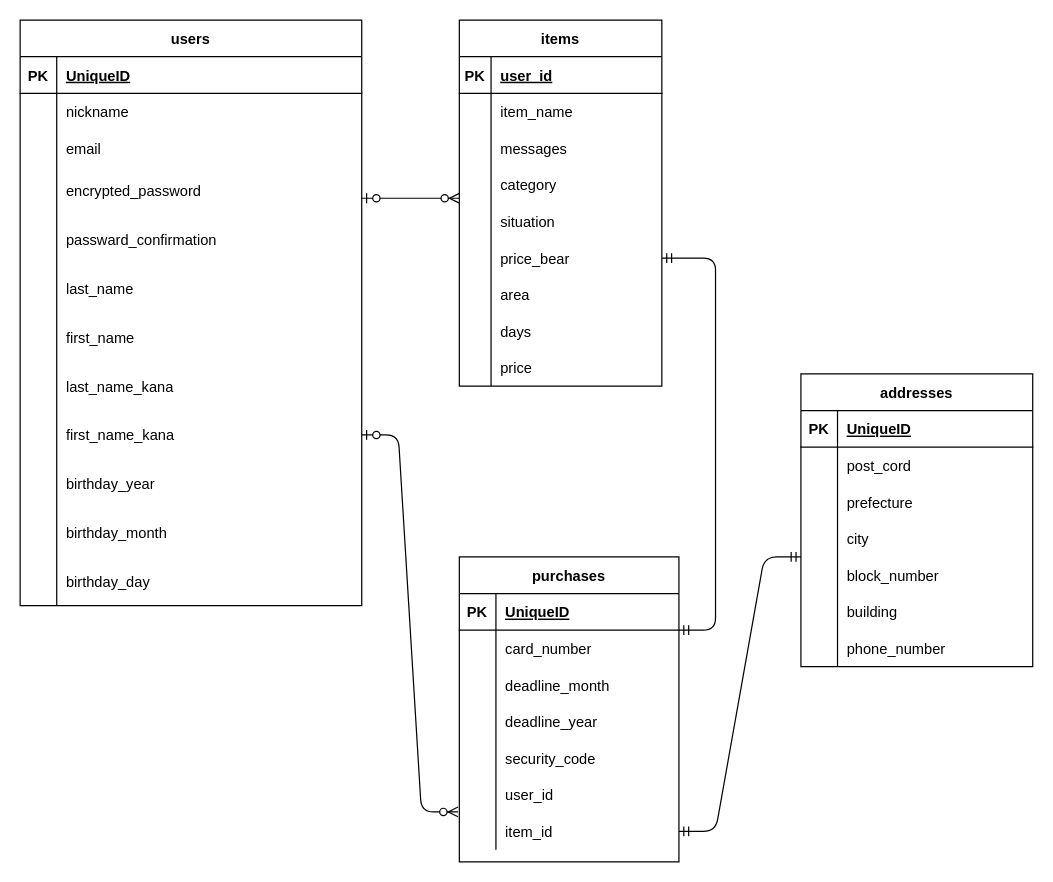
Before: page "ページ1" (1 of 2) of test.dio in misakiko/furima-38132, a draw.io diagram. Source tidied: cells renumbered, new cells numbered last; positions are measured from the earlier drawing's top-left corner, leaving out a move shared by most shapes. Both pictures are drawn from the tidied source at 122%, with x=0, y=0 at pixel (20, 20).
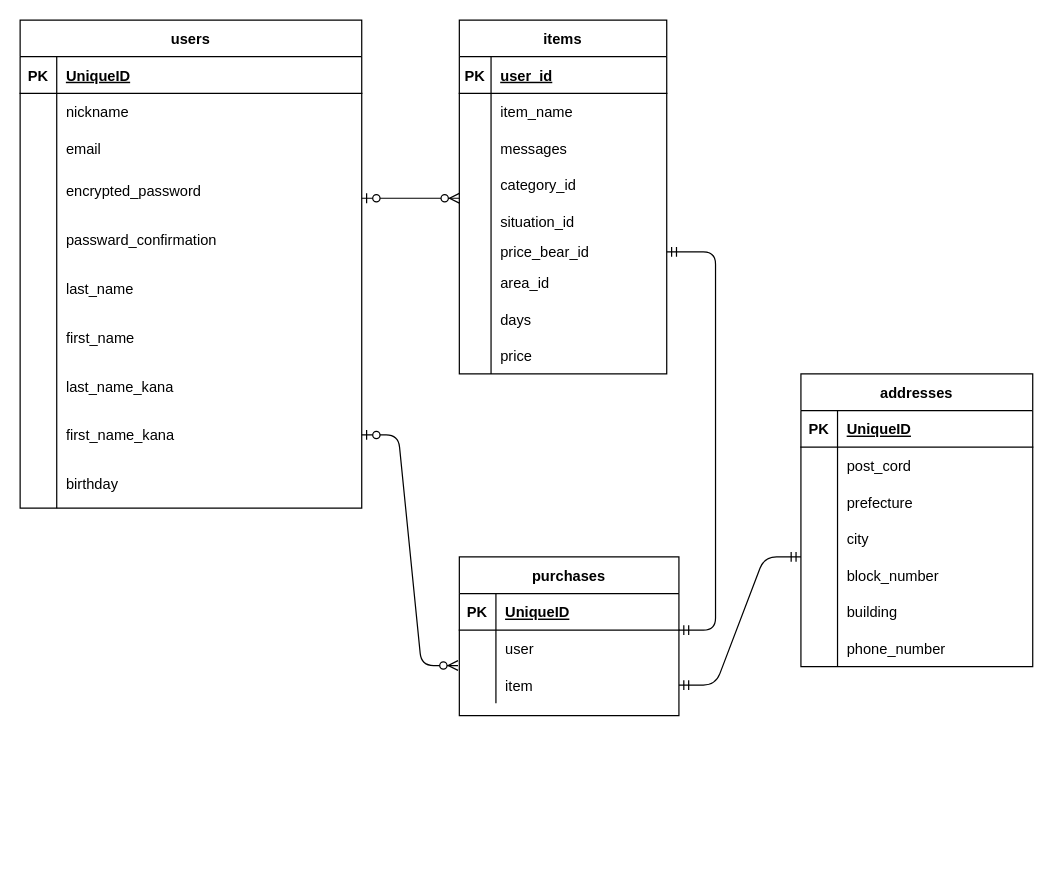
Above is the later version.

Unchanged cells that the change refers to:
```xml
<mxCell id="52" style="shape=partialRectangle;fillColor=none;top=0;left=0;bottom=0;right=0;" parent="24" vertex="1">
  <mxGeometry y="360" width="280" height="40" as="geometry" />
</mxCell>
```

The edit, as a diff of the source:
```diff
@@
     <mxCell id="2" value="purchases" style="shape=table;startSize=30;childLayout=tableLayout;rowLines=0;fontStyle=1;align=center;" parent="1" vertex="1">
-      <mxGeometry x="360" y="440" width="180" height="250" as="geometry" />
+      <mxGeometry x="360" y="440" width="180" height="130" as="geometry" />
     </mxCell>
@@
-    <mxCell id="6" style="shape=partialRectangle;fillColor=none;top=0;left=0;bottom=0;right=0;" parent="2" vertex="1">
-      <mxGeometry y="60" width="180" height="30" as="geometry" />
-    </mxCell>
-    <mxCell id="7" style="shape=partialRectangle;fillColor=none;top=0;left=0;bottom=0;right=0;overflow=hidden;" parent="6" vertex="1">
-      <mxGeometry width="30" height="30" as="geometry" />
-    </mxCell>
-    <mxCell id="8" value="card_number" style="shape=partialRectangle;fillColor=none;top=0;left=0;bottom=0;right=0;align=left;spacingLeft=6;overflow=hidden;" parent="6" vertex="1">
-      <mxGeometry x="30" width="150" height="30" as="geometry" />
-    </mxCell>
-    <mxCell id="9" style="shape=partialRectangle;fillColor=none;top=0;left=0;bottom=0;right=0;" parent="2" vertex="1">
-      <mxGeometry y="90" width="180" height="30" as="geometry" />
-    </mxCell>
-    <mxCell id="10" style="shape=partialRectangle;fillColor=none;top=0;left=0;bottom=0;right=0;overflow=hidden;" parent="9" vertex="1">
-      <mxGeometry width="30" height="30" as="geometry" />
-    </mxCell>
-    <mxCell id="11" value="deadline_month" style="shape=partialRectangle;fillColor=none;top=0;left=0;bottom=0;right=0;align=left;spacingLeft=6;overflow=hidden;" parent="9" vertex="1">
-      <mxGeometry x="30" width="150" height="30" as="geometry" />
-    </mxCell>
-    <mxCell id="12" style="shape=partialRectangle;fillColor=none;top=0;left=0;bottom=0;right=0;" parent="2" vertex="1">
-      <mxGeometry y="120" width="180" height="30" as="geometry" />
-    </mxCell>
-    <mxCell id="13" style="shape=partialRectangle;fillColor=none;top=0;left=0;bottom=0;right=0;overflow=hidden;" parent="12" vertex="1">
-      <mxGeometry width="30" height="30" as="geometry" />
-    </mxCell>
-    <mxCell id="14" value="deadline_year" style="shape=partialRectangle;fillColor=none;top=0;left=0;bottom=0;right=0;align=left;spacingLeft=6;overflow=hidden;" parent="12" vertex="1">
-      <mxGeometry x="30" width="150" height="30" as="geometry" />
-    </mxCell>
-    <mxCell id="15" style="shape=partialRectangle;fillColor=none;top=0;left=0;bottom=0;right=0;" parent="2" vertex="1">
-      <mxGeometry y="150" width="180" height="30" as="geometry" />
-    </mxCell>
-    <mxCell id="16" style="shape=partialRectangle;fillColor=none;top=0;left=0;bottom=0;right=0;overflow=hidden;" parent="15" vertex="1">
-      <mxGeometry width="30" height="30" as="geometry" />
-    </mxCell>
-    <mxCell id="17" value="security_code" style="shape=partialRectangle;fillColor=none;top=0;left=0;bottom=0;right=0;align=left;spacingLeft=6;overflow=hidden;" parent="15" vertex="1">
-      <mxGeometry x="30" width="150" height="30" as="geometry" />
-    </mxCell>
     <mxCell id="18" style="shape=partialRectangle;fillColor=none;top=0;left=0;bottom=0;right=0;" parent="2" vertex="1">
-      <mxGeometry y="180" width="180" height="30" as="geometry" />
+      <mxGeometry y="60" width="180" height="30" as="geometry" />
     </mxCell>
@@
-    <mxCell id="20" value="user_id" style="shape=partialRectangle;fillColor=none;top=0;left=0;bottom=0;right=0;align=left;spacingLeft=6;overflow=hidden;" parent="18" vertex="1">
+    <mxCell id="20" value="user" style="shape=partialRectangle;fillColor=none;top=0;left=0;bottom=0;right=0;align=left;spacingLeft=6;overflow=hidden;" parent="18" vertex="1">
       <mxGeometry x="30" width="150" height="30" as="geometry" />
     </mxCell>
     <mxCell id="21" style="shape=partialRectangle;fillColor=none;top=0;left=0;bottom=0;right=0;points=[[0,0.5],[1,0.5]];portConstraint=eastwest;" parent="2" vertex="1">
-      <mxGeometry y="210" width="180" height="30" as="geometry" />
+      <mxGeometry y="90" width="180" height="30" as="geometry" />
     </mxCell>
@@
-    <mxCell id="23" value="item_id" style="shape=partialRectangle;fillColor=none;top=0;left=0;bottom=0;right=0;align=left;spacingLeft=6;overflow=hidden;" parent="21" vertex="1">
+    <mxCell id="23" value="item" style="shape=partialRectangle;fillColor=none;top=0;left=0;bottom=0;right=0;align=left;spacingLeft=6;overflow=hidden;" parent="21" vertex="1">
       <mxGeometry x="30" width="150" height="30" as="geometry" />
     </mxCell>
     <mxCell id="24" value="users" style="shape=table;startSize=30;childLayout=tableLayout;rowLines=0;fontStyle=1;align=center;" parent="1" vertex="1">
-      <mxGeometry width="280" height="480" as="geometry" />
+      <mxGeometry width="280" height="400" as="geometry" />
     </mxCell>
@@
-    <mxCell id="54" value="birthday_year" style="shape=partialRectangle;fillColor=none;top=0;left=0;bottom=0;right=0;align=left;spacingLeft=6;overflow=hidden;" parent="52" vertex="1">
+    <mxCell id="54" value="birthday" style="shape=partialRectangle;fillColor=none;top=0;left=0;bottom=0;right=0;align=left;spacingLeft=6;overflow=hidden;" parent="52" vertex="1">
       <mxGeometry x="30" width="250" height="40" as="geometry" />
     </mxCell>
-    <mxCell id="55" style="shape=partialRectangle;fillColor=none;top=0;left=0;bottom=0;right=0;" parent="24" vertex="1">
-      <mxGeometry y="400" width="280" height="40" as="geometry" />
-    </mxCell>
-    <mxCell id="56" style="shape=partialRectangle;fillColor=none;top=0;left=0;bottom=0;right=0;overflow=hidden;" parent="55" vertex="1">
-      <mxGeometry width="30" height="40" as="geometry" />
-    </mxCell>
-    <mxCell id="57" value="birthday_month" style="shape=partialRectangle;fillColor=none;top=0;left=0;bottom=0;right=0;align=left;spacingLeft=6;overflow=hidden;" parent="55" vertex="1">
-      <mxGeometry x="30" width="250" height="40" as="geometry" />
-    </mxCell>
-    <mxCell id="58" style="shape=partialRectangle;fillColor=none;top=0;left=0;bottom=0;right=0;" parent="24" vertex="1">
-      <mxGeometry y="440" width="280" height="40" as="geometry" />
-    </mxCell>
-    <mxCell id="59" style="shape=partialRectangle;fillColor=none;top=0;left=0;bottom=0;right=0;overflow=hidden;" parent="58" vertex="1">
-      <mxGeometry width="30" height="40" as="geometry" />
-    </mxCell>
-    <mxCell id="60" value="birthday_day" style="shape=partialRectangle;fillColor=none;top=0;left=0;bottom=0;right=0;align=left;spacingLeft=6;overflow=hidden;" parent="58" vertex="1">
-      <mxGeometry x="30" width="250" height="40" as="geometry" />
-    </mxCell>
     <mxCell id="61" value="items" style="shape=table;startSize=30;childLayout=tableLayout;rowLines=0;fontStyle=1;align=center;" parent="1" vertex="1">
-      <mxGeometry x="360" width="166" height="300" as="geometry" />
+      <mxGeometry x="360" width="170" height="290" as="geometry" />
     </mxCell>
     <mxCell id="62" style="shape=partialRectangle;fillColor=none;top=0;left=0;bottom=1;right=0;" parent="61" vertex="1">
-      <mxGeometry y="30" width="166" height="30" as="geometry" />
+      <mxGeometry y="30" width="170" height="30" as="geometry" />
     </mxCell>
@@
     <mxCell id="64" value="user_id" style="shape=partialRectangle;fillColor=none;top=0;left=0;bottom=0;right=0;align=left;spacingLeft=6;fontStyle=5;overflow=hidden;" parent="62" vertex="1">
-      <mxGeometry x="26" width="140" height="30" as="geometry" />
+      <mxGeometry x="26" width="144" height="30" as="geometry" />
     </mxCell>
     <mxCell id="65" style="shape=partialRectangle;fillColor=none;top=0;left=0;bottom=0;right=0;" parent="61" vertex="1">
-      <mxGeometry y="60" width="166" height="30" as="geometry" />
+      <mxGeometry y="60" width="170" height="30" as="geometry" />
     </mxCell>
@@
     <mxCell id="67" value="item_name" style="shape=partialRectangle;fillColor=none;top=0;left=0;bottom=0;right=0;align=left;spacingLeft=6;overflow=hidden;" parent="65" vertex="1">
-      <mxGeometry x="26" width="140" height="30" as="geometry" />
+      <mxGeometry x="26" width="144" height="30" as="geometry" />
     </mxCell>
     <mxCell id="68" style="shape=partialRectangle;fillColor=none;top=0;left=0;bottom=0;right=0;" parent="61" vertex="1">
-      <mxGeometry y="90" width="166" height="30" as="geometry" />
+      <mxGeometry y="90" width="170" height="30" as="geometry" />
     </mxCell>
@@
     <mxCell id="70" value="messages" style="shape=partialRectangle;fillColor=none;top=0;left=0;bottom=0;right=0;align=left;spacingLeft=6;overflow=hidden;" parent="68" vertex="1">
-      <mxGeometry x="26" width="140" height="30" as="geometry" />
+      <mxGeometry x="26" width="144" height="30" as="geometry" />
     </mxCell>
     <mxCell id="71" style="shape=partialRectangle;fillColor=none;top=0;left=0;bottom=0;right=0;" parent="61" vertex="1">
-      <mxGeometry y="120" width="166" height="30" as="geometry" />
+      <mxGeometry y="120" width="170" height="30" as="geometry" />
     </mxCell>
@@
-    <mxCell id="73" value="category" style="shape=partialRectangle;fillColor=none;top=0;left=0;bottom=0;right=0;align=left;spacingLeft=6;overflow=hidden;" parent="71" vertex="1">
-      <mxGeometry x="26" width="140" height="30" as="geometry" />
+    <mxCell id="73" value="category_id" style="shape=partialRectangle;fillColor=none;top=0;left=0;bottom=0;right=0;align=left;spacingLeft=6;overflow=hidden;" parent="71" vertex="1">
+      <mxGeometry x="26" width="144" height="30" as="geometry" />
     </mxCell>
     <mxCell id="74" style="shape=partialRectangle;fillColor=none;top=0;left=0;bottom=0;right=0;" parent="61" vertex="1">
-      <mxGeometry y="150" width="166" height="30" as="geometry" />
+      <mxGeometry y="150" width="170" height="30" as="geometry" />
     </mxCell>
@@
-    <mxCell id="76" value="situation" style="shape=partialRectangle;fillColor=none;top=0;left=0;bottom=0;right=0;align=left;spacingLeft=6;overflow=hidden;" parent="74" vertex="1">
-      <mxGeometry x="26" width="140" height="30" as="geometry" />
+    <mxCell id="76" value="situation_id" style="shape=partialRectangle;fillColor=none;top=0;left=0;bottom=0;right=0;align=left;spacingLeft=6;overflow=hidden;" parent="74" vertex="1">
+      <mxGeometry x="26" width="144" height="30" as="geometry" />
     </mxCell>
     <mxCell id="77" style="shape=partialRectangle;fillColor=none;top=0;left=0;bottom=0;right=0;points=[[0,0.5],[1,0.5]];portConstraint=eastwest;" parent="61" vertex="1">
-      <mxGeometry y="180" width="166" height="30" as="geometry" />
+      <mxGeometry y="180" width="170" height="20" as="geometry" />
     </mxCell>
     <mxCell id="78" style="shape=partialRectangle;fillColor=none;top=0;left=0;bottom=0;right=0;overflow=hidden;" parent="77" vertex="1">
-      <mxGeometry width="26" height="30" as="geometry" />
+      <mxGeometry width="26" height="20" as="geometry" />
     </mxCell>
-    <mxCell id="79" value="price_bear" style="shape=partialRectangle;fillColor=none;top=0;left=0;bottom=0;right=0;align=left;spacingLeft=6;overflow=hidden;" parent="77" vertex="1">
-      <mxGeometry x="26" width="140" height="30" as="geometry" />
+    <mxCell id="79" value="price_bear_id" style="shape=partialRectangle;fillColor=none;top=0;left=0;bottom=0;right=0;align=left;spacingLeft=6;overflow=hidden;" parent="77" vertex="1">
+      <mxGeometry x="26" width="144" height="20" as="geometry" />
     </mxCell>
     <mxCell id="80" style="shape=partialRectangle;fillColor=none;top=0;left=0;bottom=0;right=0;" parent="61" vertex="1">
-      <mxGeometry y="210" width="166" height="30" as="geometry" />
+      <mxGeometry y="200" width="170" height="30" as="geometry" />
     </mxCell>
@@
-    <mxCell id="82" value="area" style="shape=partialRectangle;fillColor=none;top=0;left=0;bottom=0;right=0;align=left;spacingLeft=6;overflow=hidden;" parent="80" vertex="1">
-      <mxGeometry x="26" width="140" height="30" as="geometry" />
+    <mxCell id="82" value="area_id" style="shape=partialRectangle;fillColor=none;top=0;left=0;bottom=0;right=0;align=left;spacingLeft=6;overflow=hidden;" parent="80" vertex="1">
+      <mxGeometry x="26" width="144" height="30" as="geometry" />
     </mxCell>
     <mxCell id="83" style="shape=partialRectangle;fillColor=none;top=0;left=0;bottom=0;right=0;" parent="61" vertex="1">
-      <mxGeometry y="240" width="166" height="30" as="geometry" />
+      <mxGeometry y="230" width="170" height="30" as="geometry" />
     </mxCell>
@@
     <mxCell id="85" value="days" style="shape=partialRectangle;fillColor=none;top=0;left=0;bottom=0;right=0;align=left;spacingLeft=6;overflow=hidden;" parent="83" vertex="1">
-      <mxGeometry x="26" width="140" height="30" as="geometry" />
+      <mxGeometry x="26" width="144" height="30" as="geometry" />
     </mxCell>
     <mxCell id="86" style="shape=partialRectangle;fillColor=none;top=0;left=0;bottom=0;right=0;" parent="61" vertex="1">
-      <mxGeometry y="270" width="166" height="30" as="geometry" />
+      <mxGeometry y="260" width="170" height="30" as="geometry" />
     </mxCell>
@@
     <mxCell id="88" value="price" style="shape=partialRectangle;fillColor=none;top=0;left=0;bottom=0;right=0;align=left;spacingLeft=6;overflow=hidden;" parent="86" vertex="1">
-      <mxGeometry x="26" width="140" height="30" as="geometry" />
+      <mxGeometry x="26" width="144" height="30" as="geometry" />
     </mxCell>
```
